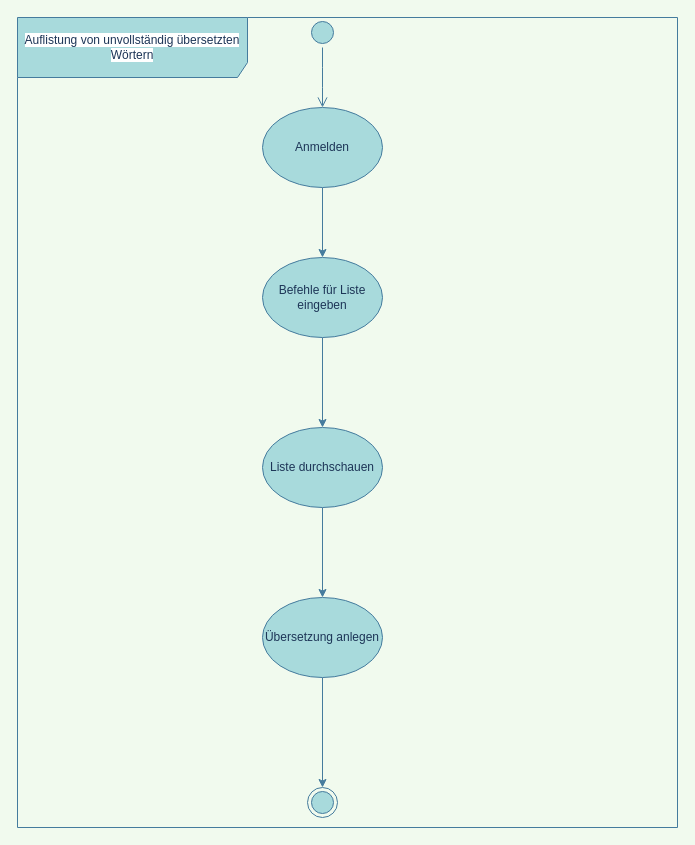
Earlier version of the draw.io diagram page "Aktivitätsdiagramm" (2 of 3) of Diagramme.drawio (NickHaecker/TranslationMemory). Source tidied: cells renumbered, new cells numbered last; positions are measured from the earlier drawing's top-left corner, leaving out a move shared by most shapes. Both pictures are drawn from the tidied source at 100%, with x=0, y=0 at pixel (17, 17).
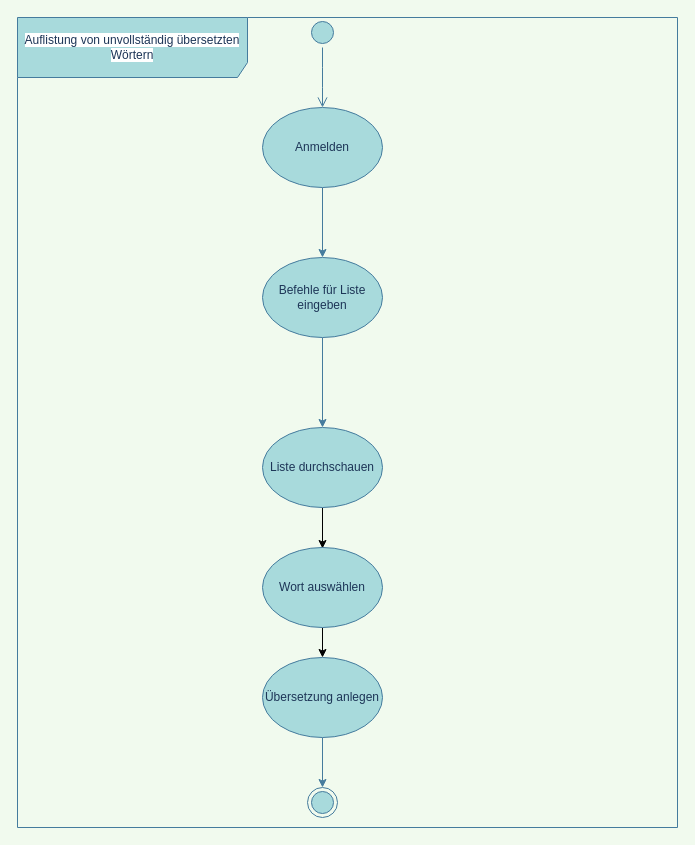
The same diagram, later.

What changed in the source:
```diff
@@
 <mxGraphModel background="#F1FAEE">
   <root>
     <mxCell id="0" />
     <mxCell id="1" parent="0" />
     <mxCell id="2" value="&lt;span style=&quot;background-color: rgb(255 , 255 , 255)&quot;&gt;Auflistung von unvollständig übersetzten Wörtern&lt;/span&gt;" style="shape=umlFrame;whiteSpace=wrap;html=1;width=230;height=60;fillColor=#A8DADC;strokeWidth=1;strokeColor=#457B9D;fontColor=#1D3557;" parent="1" vertex="1">
       <mxGeometry width="660" height="810" as="geometry" />
     </mxCell>
     <mxCell id="3" style="ellipse;html=1;shape=startState;fillColor=#A8DADC;strokeColor=#457B9D;fontColor=#1D3557;" parent="1" vertex="1">
       <mxGeometry x="290" width="30" height="30" as="geometry" />
     </mxCell>
     <mxCell id="4" style="edgeStyle=orthogonalEdgeStyle;html=1;verticalAlign=bottom;endArrow=open;endSize=8;strokeColor=#457B9D;labelBackgroundColor=#F1FAEE;fontColor=#1D3557;" parent="1" edge="1" source="3">
       <mxGeometry relative="1" as="geometry">
         <mxPoint x="305" y="90" as="targetPoint" />
       </mxGeometry>
     </mxCell>
     <mxCell id="5" style="edgeStyle=orthogonalEdgeStyle;rounded=0;jettySize=auto;html=1;entryX=0.5;entryY=0;entryDx=0;entryDy=0;strokeColor=#457B9D;labelBackgroundColor=#F1FAEE;fontColor=#1D3557;" parent="1" edge="1" source="6" target="8">
       <mxGeometry relative="1" as="geometry" />
     </mxCell>
     <mxCell id="6" value="Anmelden" style="ellipse;whiteSpace=wrap;html=1;strokeColor=#457B9D;strokeWidth=1;fillColor=#A8DADC;fontColor=#1D3557;" parent="1" vertex="1">
       <mxGeometry x="245" y="90" width="120" height="80" as="geometry" />
     </mxCell>
     <mxCell id="7" style="edgeStyle=orthogonalEdgeStyle;rounded=0;jettySize=auto;html=1;strokeColor=#457B9D;labelBackgroundColor=#F1FAEE;fontColor=#1D3557;" parent="1" edge="1" source="8" target="10">
       <mxGeometry relative="1" as="geometry" />
     </mxCell>
     <mxCell id="8" value="Befehle für Liste eingeben" style="ellipse;whiteSpace=wrap;html=1;strokeColor=#457B9D;strokeWidth=1;fillColor=#A8DADC;fontColor=#1D3557;" parent="1" vertex="1">
       <mxGeometry x="245" y="240" width="120" height="80" as="geometry" />
     </mxCell>
-    <mxCell id="9" style="edgeStyle=orthogonalEdgeStyle;rounded=0;jettySize=auto;html=1;entryX=0.5;entryY=0;entryDx=0;entryDy=0;strokeColor=#457B9D;labelBackgroundColor=#F1FAEE;fontColor=#1D3557;" parent="1" edge="1" source="10" target="12">
-      <mxGeometry relative="1" as="geometry" />
-    </mxCell>
+    <mxCell id="14" style="edgeStyle=orthogonalEdgeStyle;rounded=0;jettySize=auto;html=1;strokeColor=#000000;" parent="1" edge="1" source="10">
+      <mxGeometry relative="1" as="geometry">
+        <mxPoint x="305" y="531" as="targetPoint" />
+      </mxGeometry>
+    </mxCell>
     <mxCell id="10" value="Liste durchschauen" style="ellipse;whiteSpace=wrap;html=1;strokeColor=#457B9D;strokeWidth=1;fillColor=#A8DADC;fontColor=#1D3557;" parent="1" vertex="1">
       <mxGeometry x="245" y="410" width="120" height="80" as="geometry" />
     </mxCell>
     <mxCell id="11" style="edgeStyle=orthogonalEdgeStyle;rounded=0;jettySize=auto;html=1;entryX=0.5;entryY=0;entryDx=0;entryDy=0;strokeColor=#457B9D;labelBackgroundColor=#F1FAEE;fontColor=#1D3557;" parent="1" edge="1" source="12" target="13">
       <mxGeometry relative="1" as="geometry" />
     </mxCell>
     <mxCell id="12" value="Übersetzung anlegen" style="ellipse;whiteSpace=wrap;html=1;strokeColor=#457B9D;strokeWidth=1;fillColor=#A8DADC;fontColor=#1D3557;" parent="1" vertex="1">
-      <mxGeometry x="245" y="580" width="120" height="80" as="geometry" />
+      <mxGeometry x="245" y="640" width="120" height="80" as="geometry" />
     </mxCell>
     <mxCell id="13" style="ellipse;html=1;shape=endState;fillColor=#A8DADC;strokeColor=#457B9D;fontColor=#1D3557;" parent="1" vertex="1">
       <mxGeometry x="290" y="770" width="30" height="30" as="geometry" />
     </mxCell>
+    <mxCell id="15" style="edgeStyle=orthogonalEdgeStyle;rounded=0;jettySize=auto;html=1;strokeColor=#000000;" parent="1" edge="1" source="16" target="12">
+      <mxGeometry relative="1" as="geometry" />
+    </mxCell>
+    <mxCell id="16" value="Wort auswählen" style="ellipse;whiteSpace=wrap;html=1;strokeColor=#457B9D;strokeWidth=1;fillColor=#A8DADC;fontColor=#1D3557;" parent="1" vertex="1">
+      <mxGeometry x="245" y="530" width="120" height="80" as="geometry" />
+    </mxCell>
   </root>
 </mxGraphModel>
```
